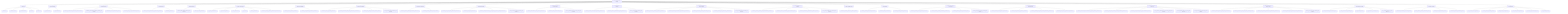
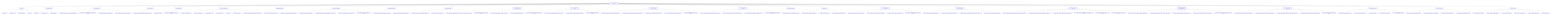
graph TD
    root["ToneSoul Documentation Authority"]
    root --> entrypoints["Entry Points"]
    entrypoints --> entrypoints_1["README.md"]
    entrypoints --> entrypoints_2["README.zh-TW.md"]
    entrypoints --> entrypoints_3["AI_ONBOARDING.md"]
    entrypoints --> entrypoints_4["INDEX.md"]
    entrypoints --> entrypoints_5["README.md"]
    root --> ai_operational_guides["AI Operational Guides"]
    ai_operational_guides --> ai_operational_guides_1["AI_QUICKSTART.md"]
    ai_operational_guides --> ai_operational_guides_2["AI_REFERENCE.md"]
    root --> canonical_architecture["Canonical Architecture"]
    canonical_architecture --> canonical_architecture_1["TONESOUL_EXTERNALIZED_COGNITIVE_ARCHITECTURE.md"]
    canonical_architecture --> canonical_architecture_2["TONESOUL_ARCHITECTURE_MEMORY_ANCHOR_2026-03-22.md"]
    canonical_architecture --> canonical_architecture_3["KNOWLEDGE_SURFACES_BOUNDARY_MAP.md"]
    canonical_architecture --> canonical_architecture_4["TONESOUL_EIGHT_LAYER_CONVERGENCE_MAP.md"]
    root --> deep_system_maps["Deep System Maps"]
    deep_system_maps --> deep_system_maps_1["TONESOUL_SYSTEM_OVERVIEW_AND_SUBSYSTEM_GUIDE.md"]
    deep_system_maps --> deep_system_maps_2["TONESOUL_ANATOMY.md"]
    root --> interpretive_readings["Interpretive Readings"]
    interpretive_readings --> interpretive_readings_1["TONESOUL_DEEP_READING_ANCHOR_2026-03-26.md"]
    interpretive_readings --> interpretive_readings_2["TONESOUL_CODEX_READING.md"]
    root --> governance_execution["Governance And Execution"]
    governance_execution --> governance_execution_1["7D_AUDIT_FRAMEWORK.md"]
    governance_execution --> governance_execution_2["7D_EXECUTION_SPEC.md"]
    governance_execution --> governance_execution_3["AUDIT_CONTRACT.md"]
    governance_execution --> governance_execution_4["API_SPEC.md"]
    governance_execution --> governance_execution_5["COUNCIL_RUNTIME.md"]
    governance_execution --> governance_execution_6["TONESOUL_SHARED_R_MEMORY_OPERATIONS_CONTRACT.md"]
    root --> claim_authority_distillation["Claim Authority Distillation"]
    claim_authority_distillation --> claim_authority_distillation_1["TONESOUL_CLAIM_AUTHORITY_MATRIX.md"]
    claim_authority_distillation --> claim_authority_distillation_2["TONESOUL_LAW_RUNTIME_BOUNDARY_CONTRACT.md"]
    root --> evidence_topology_and_verifiability["Evidence And Verifiability"]
    evidence_topology_and_verifiability --> evidence_topology_and_verifiability_1["TONESOUL_CLAIM_TO_EVIDENCE_MATRIX.md"]
    evidence_topology_and_verifiability --> evidence_topology_and_verifiability_2["TONESOUL_EVIDENCE_LADDER_AND_VERIFIABILITY_CONTRACT.md"]
    evidence_topology_and_verifiability --> evidence_topology_and_verifiability_3["TONESOUL_TEST_AND_VALIDATION_TOPOLOGY_MAP.md"]
    evidence_topology_and_verifiability --> evidence_topology_and_verifiability_4["tonesoul_evidence_followup_candidates_2026-03-29.md"]
    root --> subject_refresh_boundaries["Subject Refresh Boundaries"]
    subject_refresh_boundaries --> subject_refresh_boundaries_1["TONESOUL_SUBJECT_REFRESH_BOUNDARY_CONTRACT.md"]
    subject_refresh_boundaries --> subject_refresh_boundaries_2["TONESOUL_SUBJECT_SNAPSHOT_FIELD_LANES.md"]
    root --> control_plane_discipline["Control Plane Discipline"]
    control_plane_discipline --> control_plane_discipline_1["TONESOUL_TASK_TRACK_AND_READINESS_CONTRACT.md"]
    control_plane_discipline --> control_plane_discipline_2["TONESOUL_PLAN_DELTA_CONTRACT.md"]
    control_plane_discipline --> control_plane_discipline_3["TONESOUL_MIRROR_RUPTURE_FAIL_STOP_AND_LOW_DRIFT_ANCHOR_CONTRACT.md"]
    control_plane_discipline --> control_plane_discipline_4["tonesoul_control_plane_followup_candidates_2026-03-28.md"]
    root --> observable_shell_and_axiom_boundaries["Observable-Shell And Axiom Boundaries"]
    observable_shell_and_axiom_boundaries --> observable_shell_and_axiom_boundaries_1["TONESOUL_OBSERVABLE_SHELL_OPACITY_CONTRACT.md"]
    observable_shell_and_axiom_boundaries --> observable_shell_and_axiom_boundaries_2["TONESOUL_AXIOM_FALSIFICATION_MAP.md"]
    observable_shell_and_axiom_boundaries --> observable_shell_and_axiom_boundaries_3["tonesoul_observability_and_axiom_adoption_review_2026-03-28.md"]
    root --> council_deliberation_discipline["Council Deliberation Discipline"]
    council_deliberation_discipline --> council_deliberation_discipline_1["TONESOUL_COUNCIL_DOSSIER_AND_DISSENT_CONTRACT.md"]
    council_deliberation_discipline --> council_deliberation_discipline_2["TONESOUL_ADAPTIVE_DELIBERATION_MODE_CONTRACT.md"]
    council_deliberation_discipline --> council_deliberation_discipline_3["tonesoul_council_followup_candidates_2026-03-28.md"]
    root --> continuity_import_and_receiver_discipline["Continuity Import And Receiver Discipline"]
    continuity_import_and_receiver_discipline --> continuity_import_and_receiver_discipline_1["TONESOUL_CONTINUITY_IMPORT_AND_DECAY_CONTRACT.md"]
    continuity_import_and_receiver_discipline --> continuity_import_and_receiver_discipline_2["TONESOUL_RECEIVER_INTERPRETATION_BOUNDARY_CONTRACT.md"]
    continuity_import_and_receiver_discipline --> continuity_import_and_receiver_discipline_3["TONESOUL_CONTINUITY_SURFACE_LIFECYCLE_MAP.md"]
    continuity_import_and_receiver_discipline --> continuity_import_and_receiver_discipline_4["TONESOUL_WORKING_STYLE_CONTINUITY_CONTRACT.md"]
    continuity_import_and_receiver_discipline --> continuity_import_and_receiver_discipline_5["tonesoul_continuity_followup_candidates_2026-03-29.md"]
    root --> council_realism_and_calibration["Council Realism And Calibration"]
    council_realism_and_calibration --> council_realism_and_calibration_1["TONESOUL_COUNCIL_REALISM_AND_INDEPENDENCE_CONTRACT.md"]
    council_realism_and_calibration --> council_realism_and_calibration_2["TONESOUL_COUNCIL_CONFIDENCE_AND_CALIBRATION_MAP.md"]
    council_realism_and_calibration --> council_realism_and_calibration_3["TONESOUL_ADVERSARIAL_DELIBERATION_ADOPTION_MAP.md"]
    council_realism_and_calibration --> council_realism_and_calibration_4["tonesoul_council_realism_followup_candidates_2026-03-29.md"]
    root --> context_continuity_adoption["Context Continuity Adoption"]
    context_continuity_adoption --> context_continuity_adoption_1["TONESOUL_CONTEXT_CONTINUITY_ADOPTION_MAP.md"]
    root --> prompt_discipline_skeleton["Prompt Discipline"]
    prompt_discipline_skeleton --> prompt_discipline_skeleton_1["TONESOUL_PROMPT_DISCIPLINE_SKELETON.md"]
    prompt_discipline_skeleton --> prompt_discipline_skeleton_2["TONESOUL_PROMPT_VARIANTS.md"]
    prompt_discipline_skeleton --> prompt_discipline_skeleton_3["TONESOUL_PROMPT_STARTER_CARDS.md"]
    root --> prompt_surface_topology_and_adoption["Prompt Surface Topology And Adoption"]
    prompt_surface_topology_and_adoption --> prompt_surface_topology_and_adoption_1["TONESOUL_PROMPT_SURFACE_ADOPTION_MATRIX.md"]
    prompt_surface_topology_and_adoption --> prompt_surface_topology_and_adoption_2["TONESOUL_PROMPT_SURFACE_BOUNDARY_CONTRACT.md"]
    prompt_surface_topology_and_adoption --> prompt_surface_topology_and_adoption_3["TONESOUL_PROMPT_SURFACE_TOPOLOGY_MAP.md"]
    prompt_surface_topology_and_adoption --> prompt_surface_topology_and_adoption_4["tonesoul_prompt_adoption_followup_candidates_2026-03-29.md"]
    root --> reality_alignment_and_render_boundaries["Reality Alignment And Render Boundaries"]
    reality_alignment_and_render_boundaries --> reality_alignment_and_render_boundaries_1["TONESOUL_ENTRY_SURFACE_REALITY_BASELINE.md"]
    reality_alignment_and_render_boundaries --> reality_alignment_and_render_boundaries_2["TONESOUL_DOC_METRIC_AND_COUNT_METHOD.md"]
    reality_alignment_and_render_boundaries --> reality_alignment_and_render_boundaries_3["TONESOUL_RENDER_LAYER_AND_ENCODING_BOUNDARY_CONTRACT.md"]
    reality_alignment_and_render_boundaries --> reality_alignment_and_render_boundaries_4["TONESOUL_DOC_DRIFT_AND_CONFLICT_REGISTER.md"]
    root --> successor_continuity_and_hot_memory["Successor Continuity And Hot Memory"]
    successor_continuity_and_hot_memory --> successor_continuity_and_hot_memory_1["TONESOUL_SUCCESSOR_COLLABORATION_AND_HOT_MEMORY_CONTRACT.md"]
    successor_continuity_and_hot_memory --> successor_continuity_and_hot_memory_2["TONESOUL_LOW_DRIFT_ANCHOR_SOURCE_PRECEDENCE_CONTRACT.md"]
    successor_continuity_and_hot_memory --> successor_continuity_and_hot_memory_3["TONESOUL_HOT_MEMORY_DECAY_AND_COMPRESSION_MAP.md"]
    successor_continuity_and_hot_memory --> successor_continuity_and_hot_memory_4["tonesoul_successor_collaboration_and_hot_memory_program_2026-04-02.md"]
    successor_continuity_and_hot_memory --> successor_continuity_and_hot_memory_5["tonesoul_subsystem_parity_and_gap_map_2026-04-02.md"]
    successor_continuity_and_hot_memory --> successor_continuity_and_hot_memory_6["tonesoul_successor_sidecar_residue_triage_2026-04-02.md"]
+     root --> research_driven_memory_interop_and_knowledge_layer["Research-Driven Memory Interop And Knowledge Layer"]
+     research_driven_memory_interop_and_knowledge_layer --> research_driven_memory_interop_and_knowledge_layer_1["TONESOUL_CROSS_AGENT_MEMORY_CONSUMER_CONTRACT.md"]
+     research_driven_memory_interop_and_knowledge_layer --> research_driven_memory_interop_and_knowledge_layer_2["TONESOUL_CLAUDE_COMPATIBLE_ENTRY_ADAPTER_CONTRACT.md"]
+     research_driven_memory_interop_and_knowledge_layer --> research_driven_memory_interop_and_knowledge_layer_3["TONESOUL_KNOWLEDGE_LAYER_BOUNDARY_CONTRACT.md"]
+     research_driven_memory_interop_and_knowledge_layer --> research_driven_memory_interop_and_knowledge_layer_4["TONESOUL_LAUNCH_HEALTH_TREND_READOUT_CONTRACT.md"]
+     research_driven_memory_interop_and_knowledge_layer --> research_driven_memory_interop_and_knowledge_layer_5["tonesoul_research_lines_and_memory_interop_program_2026-04-06.md"]
    root --> entry_simplification_and_lineage_routing["Entry Simplification And Lineage Routing"]
    entry_simplification_and_lineage_routing --> entry_simplification_and_lineage_routing_1["TONESOUL_AUDIENCE_ROUTING_AND_ENTRY_CONTRACT.md"]
    entry_simplification_and_lineage_routing --> entry_simplification_and_lineage_routing_2["TONESOUL_HISTORICAL_SPEC_AND_LEGACY_SURFACE_MAP.md"]
    entry_simplification_and_lineage_routing --> entry_simplification_and_lineage_routing_3["TONESOUL_DOC_SURFACE_SIMPLIFICATION_BOUNDARY_CONTRACT.md"]
    entry_simplification_and_lineage_routing --> entry_simplification_and_lineage_routing_4["TONESOUL_ENCODING_AND_MOJIBAKE_HAZARD_REGISTER.md"]
    entry_simplification_and_lineage_routing --> entry_simplification_and_lineage_routing_5["tonesoul_docs_cleanup_wave_candidates_2026-03-29.md"]
    root --> doc_governance["Documentation Governance"]
    doc_governance --> doc_governance_1["DOCS_INFORMATION_ARCHITECTURE_v1.md"]
    doc_governance --> doc_governance_2["DOCS_CLASSIFICATION_LEDGER_v1.md"]
    doc_governance --> doc_governance_3["FILE_PURPOSE_MAP.md"]
    doc_governance --> doc_governance_4["doc_convergence_inventory_latest.json"]
    doc_governance --> doc_governance_5["doc_convergence_cleanup_plan_2026-03-22.md"]
    root --> convergence_contracts["Convergence Contracts"]
    convergence_contracts --> convergence_contracts_1["BASENAME_DIVERGENCE_DISTILLATION_MAP.md"]
    convergence_contracts --> convergence_contracts_2["PRIVATE_MEMORY_SHADOW_BOUNDARY_MAP.md"]
    convergence_contracts --> convergence_contracts_3["PARADOX_FIXTURE_OWNERSHIP_MAP.md"]
    convergence_contracts --> convergence_contracts_4["ENGINEERING_MIRROR_OWNERSHIP_MAP.md"]
    root --> generated_status["Generated Status"]
    generated_status --> generated_status_1["doc_convergence_inventory_latest.json"]
    generated_status --> generated_status_2["basename_divergence_distillation_latest.json"]
    generated_status --> generated_status_3["private_memory_shadow_latest.json"]
    generated_status --> generated_status_4["paradox_fixture_ownership_latest.json"]
    generated_status --> generated_status_5["engineering_mirror_ownership_latest.json"]
    generated_status --> generated_status_6["claim_authority_latest.json"]
